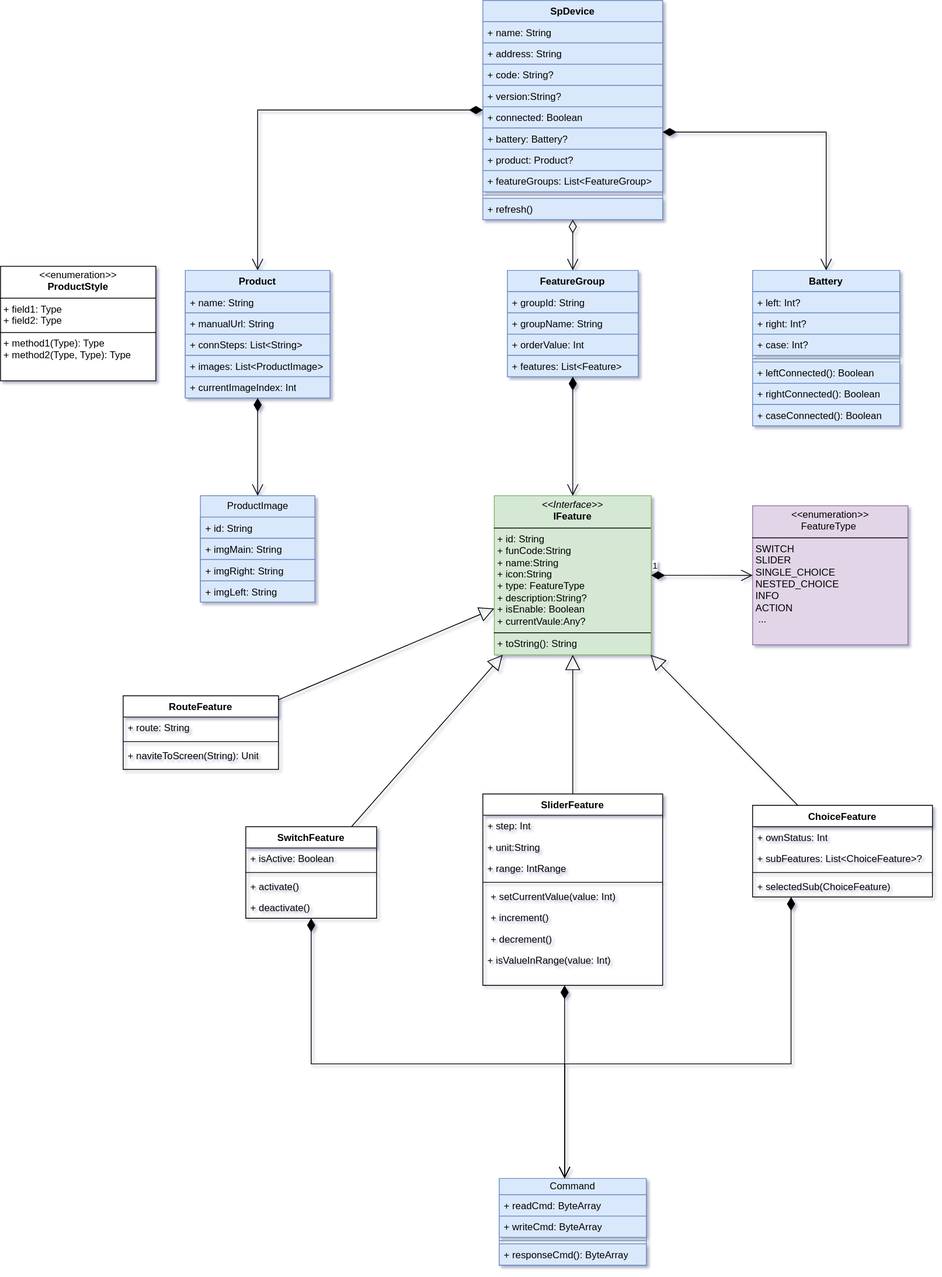
This is sp-device.drawio.svg from kekemao00/draw-libs, a draw.io export, as it was before one commit. Source tidied: cells renumbered, new cells last; positions are measured from the earlier drawing's top-left corner, leaving out a move shared by most shapes.
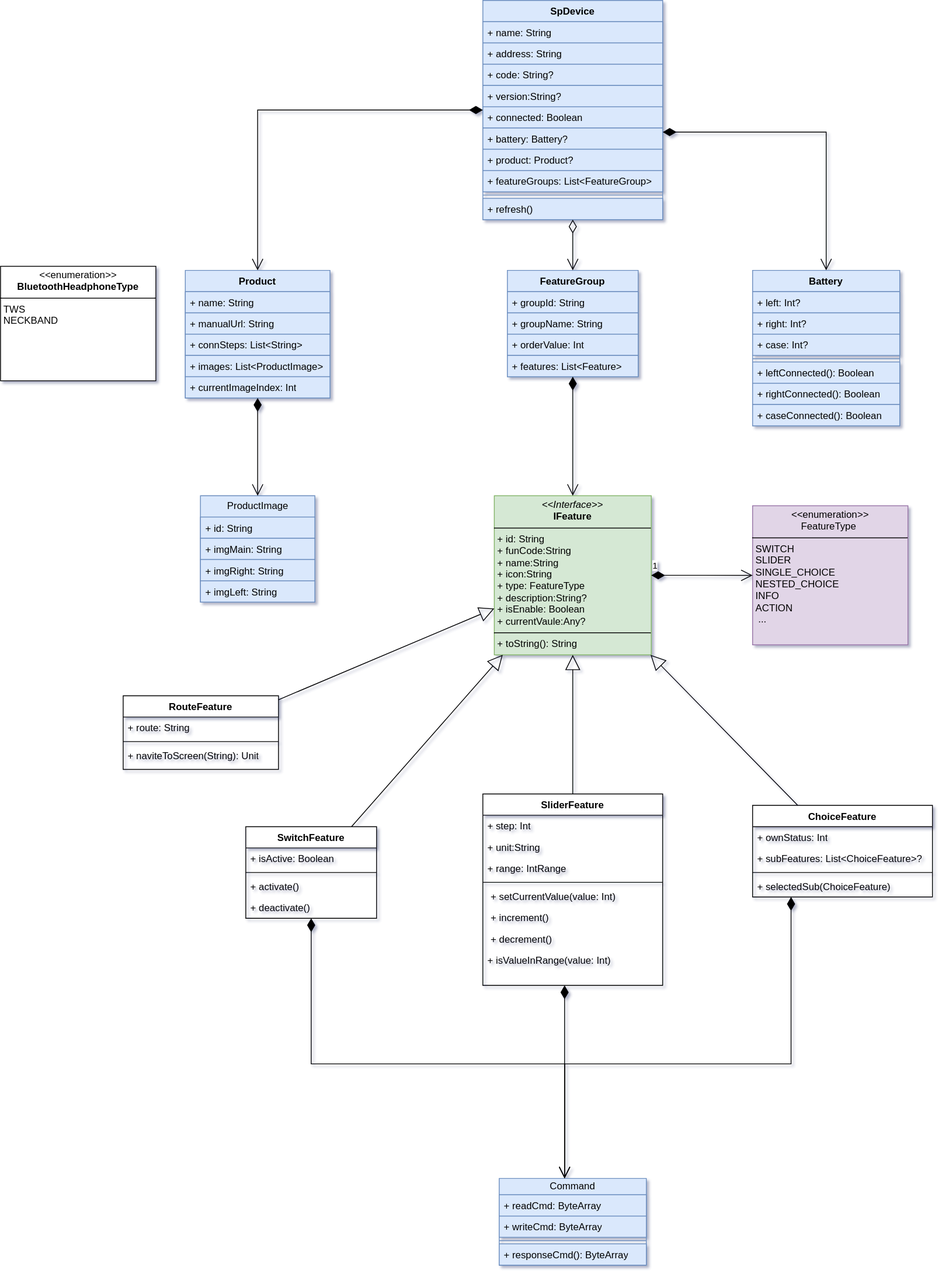
Later version of the same file.

Change to the diagram source:
```diff
@@ -256,7 +256,7 @@
     <mxCell id="79" value="+ selectedSub(ChoiceFeature)" style="text;strokeColor=none;fillColor=none;align=left;verticalAlign=top;spacingLeft=4;spacingRight=4;overflow=hidden;whiteSpace=wrap;html=1;" parent="75" vertex="1">
       <mxGeometry y="86" width="220" height="26" as="geometry" />
     </mxCell>
-    <mxCell id="80" value="&lt;p style=&quot;margin:0px;margin-top:4px;text-align:center;&quot;&gt;&lt;i&gt;&amp;lt;&amp;lt;&lt;/i&gt;enumeration&lt;i&gt;&amp;gt;&amp;gt;&lt;/i&gt;&lt;br&gt;&lt;b&gt;ProductStyle&lt;/b&gt;&lt;/p&gt;&lt;hr size=&quot;1&quot; style=&quot;border-style:solid;&quot;&gt;&lt;p style=&quot;margin:0px;margin-left:4px;&quot;&gt;+ field1: Type&lt;br&gt;+ field2: Type&lt;/p&gt;&lt;hr size=&quot;1&quot; style=&quot;border-style:solid;&quot;&gt;&lt;p style=&quot;margin:0px;margin-left:4px;&quot;&gt;+ method1(Type): Type&lt;br&gt;+ method2(Type, Type): Type&lt;/p&gt;" style="verticalAlign=top;align=left;overflow=fill;html=1;whiteSpace=wrap;" parent="1" vertex="1">
+    <mxCell id="80" value="&lt;p style=&quot;margin:0px;margin-top:4px;text-align:center;&quot;&gt;&lt;i&gt;&amp;lt;&amp;lt;&lt;/i&gt;enumeration&lt;i&gt;&amp;gt;&amp;gt;&lt;/i&gt;&lt;br&gt;&lt;b&gt;BluetoothHeadphoneType&lt;/b&gt;&lt;/p&gt;&lt;hr size=&quot;1&quot; style=&quot;border-style:solid;&quot;&gt;&lt;p style=&quot;margin:0px;margin-left:4px;&quot;&gt;TWS&lt;br&gt;NECKBAND&lt;/p&gt;" style="verticalAlign=top;align=left;overflow=fill;html=1;whiteSpace=wrap;" parent="1" vertex="1">
       <mxGeometry y="325" width="190" height="140" as="geometry" />
     </mxCell>
   </root>
```
